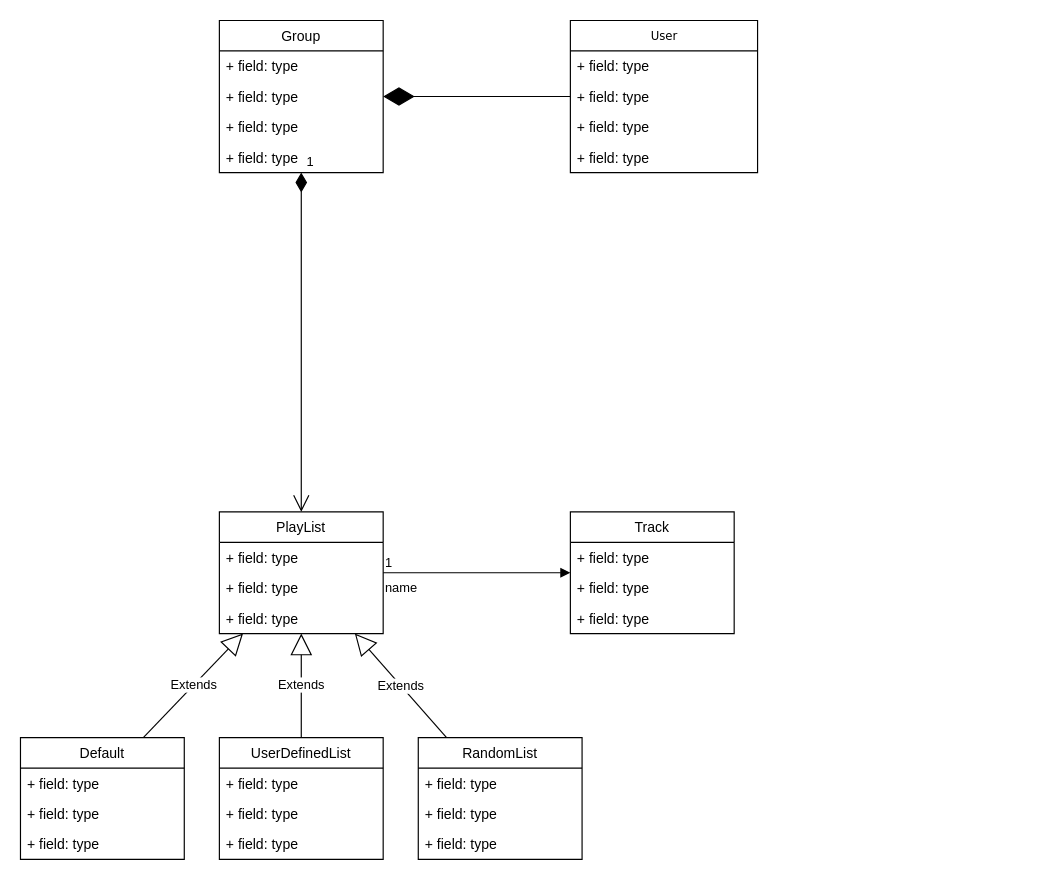
The draw.io diagram main.drawio in HostYourMusic/documentation, before the edit. Source tidied: cells renumbered, new cells numbered last; positions are measured from the earlier drawing's top-left corner, leaving out a move shared by most shapes. Both pictures are drawn from the tidied source at 117%, with x=0, y=0 at pixel (20, 20).
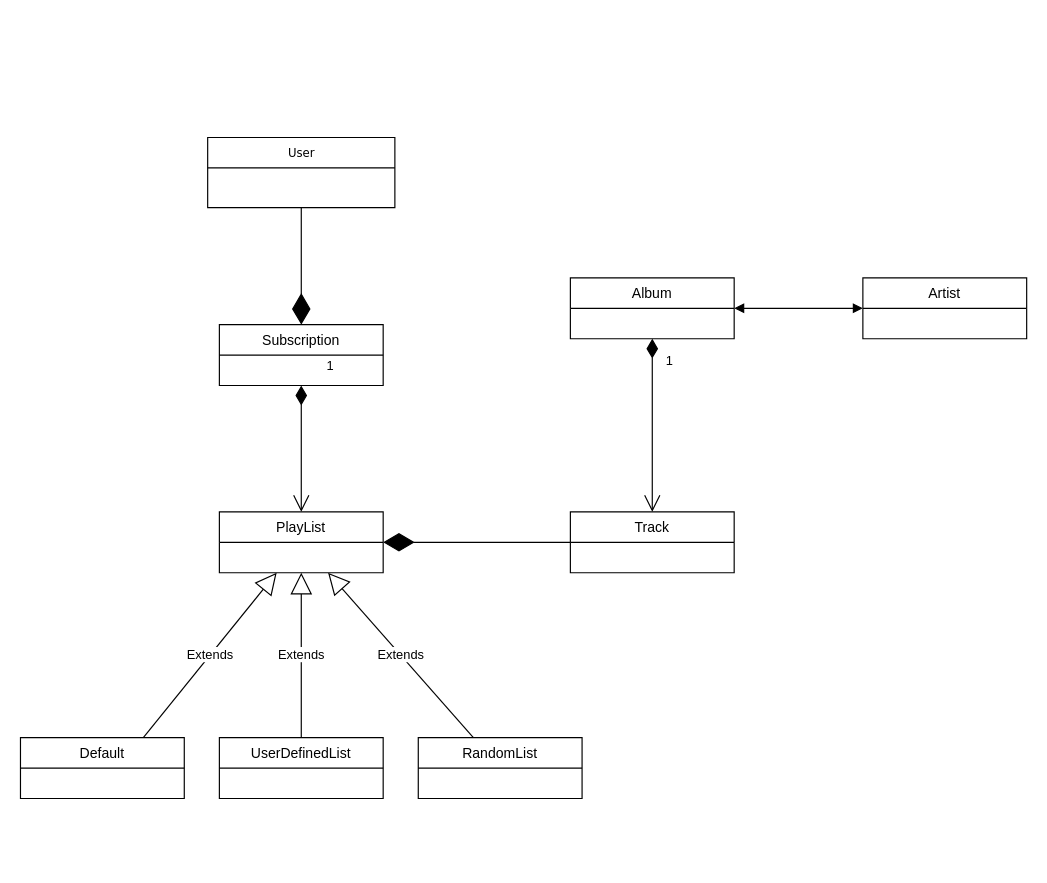
Above is the later version.

Change to the diagram source:
```diff
@@
-    <mxCell id="3" value="1" style="endArrow=open;html=1;endSize=12;startArrow=diamondThin;startSize=14;startFill=1;edgeStyle=orthogonalEdgeStyle;align=left;verticalAlign=bottom;" parent="1" edge="1" source="11" target="19">
-      <mxGeometry x="-1" y="3" relative="1" as="geometry">
-        <Array as="points">
-          <mxPoint x="240" y="174" />
-          <mxPoint x="240" y="174" />
-        </Array>
+    <mxCell id="3" value="1" style="endArrow=open;html=1;endSize=12;startArrow=diamondThin;startSize=14;startFill=1;edgeStyle=orthogonalEdgeStyle;align=left;verticalAlign=bottom;exitX=0.5;exitY=1;exitDx=0;exitDy=0;" parent="1" edge="1" source="7" target="19">
+      <mxGeometry x="-0.7" y="31" relative="1" as="geometry">
+        <mxPoint x="-11" y="-24" as="offset" />
       </mxGeometry>
     </mxCell>
-    <mxCell id="4" value="name" style="endArrow=block;endFill=1;html=1;edgeStyle=orthogonalEdgeStyle;align=left;verticalAlign=top;" parent="1" edge="1" source="19" target="23">
-      <mxGeometry x="-1" relative="1" as="geometry" />
-    </mxCell>
-    <mxCell id="5" value="1" style="edgeLabel;html=1;align=left;verticalAlign=bottom;" parent="4" vertex="1">
-      <mxGeometry x="-1" relative="1" as="geometry" />
-    </mxCell>
@@
-    <mxCell id="7" value="Group" style="swimlane;fontStyle=0;horizontal=1;startSize=26;fillColor=none;" parent="1" vertex="1">
-      <mxGeometry x="170" width="140" height="130" as="geometry" />
-    </mxCell>
-    <mxCell id="8" value="+ field: type" style="text;strokeColor=none;fillColor=none;align=left;verticalAlign=top;spacingLeft=4;spacingRight=4;overflow=hidden;" parent="7" vertex="1">
-      <mxGeometry y="26" width="140" height="26" as="geometry" />
-    </mxCell>
-    <mxCell id="9" value="+ field: type" style="text;strokeColor=none;fillColor=none;align=left;verticalAlign=top;spacingLeft=4;spacingRight=4;overflow=hidden;" parent="7" vertex="1">
-      <mxGeometry y="52" width="140" height="26" as="geometry" />
-    </mxCell>
-    <mxCell id="10" value="+ field: type" style="text;strokeColor=none;fillColor=none;align=left;verticalAlign=top;spacingLeft=4;spacingRight=4;overflow=hidden;" parent="7" vertex="1">
-      <mxGeometry y="78" width="140" height="26" as="geometry" />
-    </mxCell>
-    <mxCell id="11" value="+ field: type" style="text;strokeColor=none;fillColor=none;align=left;verticalAlign=top;spacingLeft=4;spacingRight=4;overflow=hidden;points=[[0,0.5],[1,0.5]];portConstraint=eastwest;" parent="7" vertex="1">
-      <mxGeometry y="104" width="140" height="26" as="geometry" />
-    </mxCell>
-    <mxCell id="12" value="User" style="swimlane;html=1;fontStyle=0;horizontal=1;startSize=26;fillColor=none;swimlaneFillColor=#ffffff;rounded=0;shadow=0;comic=0;labelBackgroundColor=none;strokeWidth=1;fontFamily=Verdana;fontSize=10;align=center;" parent="1" vertex="1">
-      <mxGeometry x="470" width="160" height="130" as="geometry" />
-    </mxCell>
-    <mxCell id="13" value="+ field: type" style="text;html=1;strokeColor=none;fillColor=none;align=left;verticalAlign=top;spacingLeft=4;spacingRight=4;whiteSpace=wrap;overflow=hidden;" parent="12" vertex="1">
-      <mxGeometry y="26" width="160" height="26" as="geometry" />
-    </mxCell>
-    <mxCell id="14" value="+ field: type" style="text;html=1;strokeColor=none;fillColor=none;align=left;verticalAlign=top;spacingLeft=4;spacingRight=4;whiteSpace=wrap;overflow=hidden;" parent="12" vertex="1">
-      <mxGeometry y="52" width="160" height="26" as="geometry" />
-    </mxCell>
-    <mxCell id="15" value="+ field: type" style="text;html=1;strokeColor=none;fillColor=none;align=left;verticalAlign=top;spacingLeft=4;spacingRight=4;whiteSpace=wrap;overflow=hidden;" parent="12" vertex="1">
-      <mxGeometry y="78" width="160" height="26" as="geometry" />
-    </mxCell>
-    <mxCell id="16" value="+ field: type" style="text;html=1;strokeColor=none;fillColor=none;align=left;verticalAlign=top;spacingLeft=4;spacingRight=4;whiteSpace=wrap;overflow=hidden;" parent="12" vertex="1">
-      <mxGeometry y="104" width="160" height="26" as="geometry" />
-    </mxCell>
@@
     <mxCell id="19" value="PlayList" style="swimlane;fontStyle=0;horizontal=1;startSize=26;fillColor=none;" parent="1" vertex="1">
-      <mxGeometry x="170" y="420" width="140" height="104" as="geometry" />
+      <mxGeometry x="170" y="420" width="140" height="52" as="geometry" />
     </mxCell>
-    <mxCell id="20" value="+ field: type" style="text;strokeColor=none;fillColor=none;align=left;verticalAlign=top;spacingLeft=4;spacingRight=4;overflow=hidden;" parent="19" vertex="1">
-      <mxGeometry y="26" width="140" height="26" as="geometry" />
-    </mxCell>
-    <mxCell id="21" value="+ field: type" style="text;strokeColor=none;fillColor=none;align=left;verticalAlign=top;spacingLeft=4;spacingRight=4;overflow=hidden;" parent="19" vertex="1">
-      <mxGeometry y="52" width="140" height="26" as="geometry" />
-    </mxCell>
-    <mxCell id="22" value="+ field: type" style="text;strokeColor=none;fillColor=none;align=left;verticalAlign=top;spacingLeft=4;spacingRight=4;overflow=hidden;" parent="19" vertex="1">
-      <mxGeometry y="78" width="140" height="26" as="geometry" />
-    </mxCell>
     <mxCell id="23" value="Track" style="swimlane;fontStyle=0;horizontal=1;startSize=26;fillColor=none;" parent="1" vertex="1">
-      <mxGeometry x="470" y="420" width="140" height="104" as="geometry" />
+      <mxGeometry x="470" y="420" width="140" height="52" as="geometry" />
     </mxCell>
-    <mxCell id="24" value="+ field: type" style="text;strokeColor=none;fillColor=none;align=left;verticalAlign=top;spacingLeft=4;spacingRight=4;overflow=hidden;" parent="23" vertex="1">
-      <mxGeometry y="26" width="140" height="26" as="geometry" />
-    </mxCell>
-    <mxCell id="25" value="+ field: type" style="text;strokeColor=none;fillColor=none;align=left;verticalAlign=top;spacingLeft=4;spacingRight=4;overflow=hidden;" parent="23" vertex="1">
-      <mxGeometry y="52" width="140" height="26" as="geometry" />
-    </mxCell>
-    <mxCell id="26" value="+ field: type" style="text;strokeColor=none;fillColor=none;align=left;verticalAlign=top;spacingLeft=4;spacingRight=4;overflow=hidden;" parent="23" vertex="1">
-      <mxGeometry y="78" width="140" height="26" as="geometry" />
-    </mxCell>
     <mxCell id="27" value="Default" style="swimlane;fontStyle=0;horizontal=1;startSize=26;fillColor=none;" parent="1" vertex="1">
-      <mxGeometry y="613" width="140" height="104" as="geometry" />
+      <mxGeometry y="613" width="140" height="52" as="geometry" />
     </mxCell>
-    <mxCell id="28" value="+ field: type" style="text;strokeColor=none;fillColor=none;align=left;verticalAlign=top;spacingLeft=4;spacingRight=4;overflow=hidden;" parent="27" vertex="1">
-      <mxGeometry y="26" width="140" height="26" as="geometry" />
-    </mxCell>
-    <mxCell id="29" value="+ field: type" style="text;strokeColor=none;fillColor=none;align=left;verticalAlign=top;spacingLeft=4;spacingRight=4;overflow=hidden;" parent="27" vertex="1">
-      <mxGeometry y="52" width="140" height="26" as="geometry" />
-    </mxCell>
-    <mxCell id="30" value="+ field: type" style="text;strokeColor=none;fillColor=none;align=left;verticalAlign=top;spacingLeft=4;spacingRight=4;overflow=hidden;" parent="27" vertex="1">
-      <mxGeometry y="78" width="140" height="26" as="geometry" />
-    </mxCell>
     <mxCell id="31" value="UserDefinedList" style="swimlane;fontStyle=0;horizontal=1;startSize=26;fillColor=none;" parent="1" vertex="1">
-      <mxGeometry x="170" y="613" width="140" height="104" as="geometry" />
+      <mxGeometry x="170" y="613" width="140" height="52" as="geometry" />
     </mxCell>
-    <mxCell id="32" value="+ field: type" style="text;strokeColor=none;fillColor=none;align=left;verticalAlign=top;spacingLeft=4;spacingRight=4;overflow=hidden;" parent="31" vertex="1">
-      <mxGeometry y="26" width="140" height="26" as="geometry" />
-    </mxCell>
-    <mxCell id="33" value="+ field: type" style="text;strokeColor=none;fillColor=none;align=left;verticalAlign=top;spacingLeft=4;spacingRight=4;overflow=hidden;" parent="31" vertex="1">
-      <mxGeometry y="52" width="140" height="26" as="geometry" />
-    </mxCell>
-    <mxCell id="34" value="+ field: type" style="text;strokeColor=none;fillColor=none;align=left;verticalAlign=top;spacingLeft=4;spacingRight=4;overflow=hidden;" parent="31" vertex="1">
-      <mxGeometry y="78" width="140" height="26" as="geometry" />
-    </mxCell>
     <mxCell id="35" value="RandomList" style="swimlane;fontStyle=0;horizontal=1;startSize=26;fillColor=none;" parent="1" vertex="1">
-      <mxGeometry x="340" y="613" width="140" height="104" as="geometry" />
+      <mxGeometry x="340" y="613" width="140" height="52" as="geometry" />
     </mxCell>
-    <mxCell id="36" value="+ field: type" style="text;strokeColor=none;fillColor=none;align=left;verticalAlign=top;spacingLeft=4;spacingRight=4;overflow=hidden;" parent="35" vertex="1">
-      <mxGeometry y="26" width="140" height="26" as="geometry" />
-    </mxCell>
-    <mxCell id="37" value="+ field: type" style="text;strokeColor=none;fillColor=none;align=left;verticalAlign=top;spacingLeft=4;spacingRight=4;overflow=hidden;" parent="35" vertex="1">
-      <mxGeometry y="52" width="140" height="26" as="geometry" />
-    </mxCell>
-    <mxCell id="38" value="+ field: type" style="text;strokeColor=none;fillColor=none;align=left;verticalAlign=top;spacingLeft=4;spacingRight=4;overflow=hidden;" parent="35" vertex="1">
-      <mxGeometry y="78" width="140" height="26" as="geometry" />
-    </mxCell>
+    <mxCell id="5" value="1" style="endArrow=open;html=1;endSize=12;startArrow=diamondThin;startSize=14;startFill=1;edgeStyle=orthogonalEdgeStyle;align=left;verticalAlign=bottom;exitX=0.5;exitY=1;exitDx=0;exitDy=0;" parent="1" edge="1" source="39" target="23">
+      <mxGeometry x="-0.62" y="10" relative="1" as="geometry" />
+    </mxCell>
+    <mxCell id="39" value="Album" style="swimlane;fontStyle=0;horizontal=1;startSize=26;fillColor=none;" parent="1" vertex="1">
+      <mxGeometry x="470" y="220" width="140" height="52" as="geometry" />
+    </mxCell>
+    <mxCell id="40" value="Artist" style="swimlane;fontStyle=0;horizontal=1;startSize=26;fillColor=none;" parent="1" vertex="1">
+      <mxGeometry x="720" y="220" width="140" height="52" as="geometry" />
+    </mxCell>
+    <mxCell id="41" style="endArrow=diamondThin;endFill=1;endSize=24;html=1;" parent="1" edge="1" source="23" target="19">
+      <mxGeometry relative="1" as="geometry" />
+    </mxCell>
+    <mxCell id="42" style="endArrow=block;startArrow=block;endFill=1;startFill=1;html=1;" parent="1" edge="1" target="40">
+      <mxGeometry relative="1" as="geometry">
+        <mxPoint x="610" y="246" as="sourcePoint" />
+      </mxGeometry>
+    </mxCell>
+    <mxCell id="12" value="User" style="swimlane;html=1;fontStyle=0;horizontal=1;startSize=26;fillColor=none;swimlaneFillColor=#ffffff;rounded=0;shadow=0;comic=0;labelBackgroundColor=none;strokeWidth=1;fontFamily=Verdana;fontSize=10;align=center;" parent="1" vertex="1">
+      <mxGeometry x="160" y="100" width="160" height="60" as="geometry" />
+    </mxCell>
+    <mxCell id="7" value="Subscription" style="swimlane;fontStyle=0;horizontal=1;startSize=26;fillColor=none;" parent="1" vertex="1">
+      <mxGeometry x="170" y="260" width="140" height="52" as="geometry" />
+    </mxCell>
```
